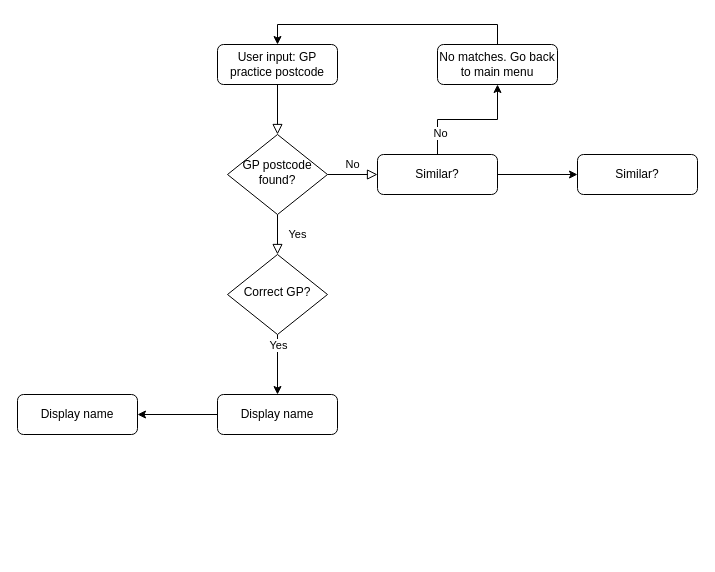
MichaelLeighton/SCHC-assignment keeps this draw.io diagram as SCHC program structure.drawio. Above is the earlier version. Source tidied: cells renumbered, new cells numbered last; positions are measured from the earlier drawing's top-left corner, leaving out a move shared by most shapes. Both pictures are drawn from the tidied source at 100%, with x=0, y=0 at pixel (17, 44).
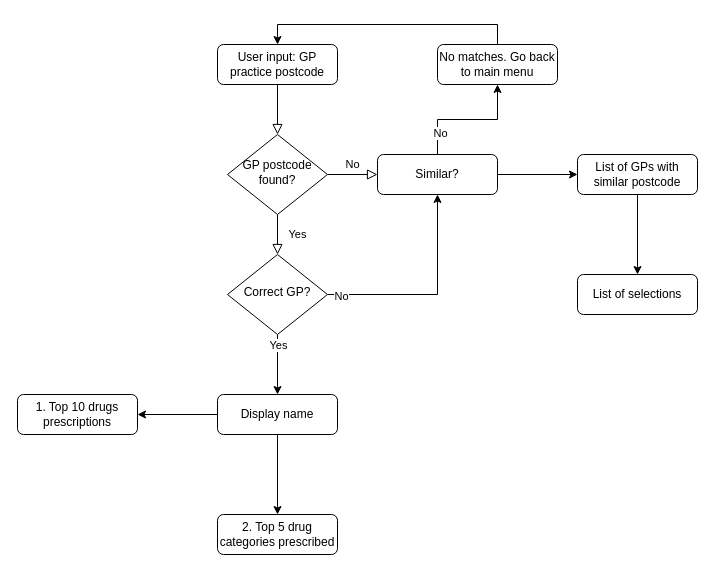
The same diagram, later.

Unchanged cells that the change refers to:
```xml
<mxCell id="10" value="Similar?" style="rounded=1;whiteSpace=wrap;html=1;fontSize=12;glass=0;strokeWidth=1;shadow=0;" parent="1" vertex="1">
  <mxGeometry x="360" y="110" width="120" height="40" as="geometry" />
</mxCell>
<mxCell id="13" value="Correct GP?" style="rhombus;whiteSpace=wrap;html=1;shadow=0;fontFamily=Helvetica;fontSize=12;align=center;strokeWidth=1;spacing=6;spacingTop=-4;" parent="1" vertex="1">
  <mxGeometry x="210" y="210" width="100" height="80" as="geometry" />
</mxCell>
<mxCell id="15" value="Display name" style="rounded=1;whiteSpace=wrap;html=1;fontSize=12;glass=0;strokeWidth=1;shadow=0;" parent="1" vertex="1">
  <mxGeometry x="200" y="350" width="120" height="40" as="geometry" />
</mxCell>
```

The edit, as a diff of the source:
```diff
@@
+    <mxCell id="20" style="edgeStyle=orthogonalEdgeStyle;rounded=0;jettySize=auto;html=1;exitX=1;exitY=0.5;exitDx=0;exitDy=0;entryX=0.5;entryY=1;entryDx=0;entryDy=0;" parent="1" edge="1" source="13" target="10">
+      <mxGeometry relative="1" as="geometry" />
+    </mxCell>
+    <mxCell id="21" value="No" style="edgeLabel;html=1;align=center;verticalAlign=middle;" parent="20" vertex="1">
+      <mxGeometry x="-0.88" y="-1" relative="1" as="geometry" />
+    </mxCell>
@@
+    <mxCell id="22" style="edgeStyle=orthogonalEdgeStyle;rounded=0;jettySize=auto;html=1;" parent="1" edge="1" source="15" target="24">
+      <mxGeometry relative="1" as="geometry" />
+    </mxCell>
@@
+    <mxCell id="23" style="edgeStyle=orthogonalEdgeStyle;rounded=0;jettySize=auto;html=1;" parent="1" edge="1" source="18" target="25">
+      <mxGeometry relative="1" as="geometry" />
+    </mxCell>
-    <mxCell id="18" value="Similar?" style="rounded=1;whiteSpace=wrap;html=1;fontSize=12;glass=0;strokeWidth=1;shadow=0;" parent="1" vertex="1">
+    <mxCell id="18" value="List of GPs with similar postcode" style="rounded=1;whiteSpace=wrap;html=1;fontSize=12;glass=0;strokeWidth=1;shadow=0;" parent="1" vertex="1">
       <mxGeometry x="560" y="110" width="120" height="40" as="geometry" />
     </mxCell>
-    <mxCell id="19" value="Display name" style="rounded=1;whiteSpace=wrap;html=1;fontSize=12;glass=0;strokeWidth=1;shadow=0;" parent="1" vertex="1">
+    <mxCell id="19" value="1. Top 10 drugs prescriptions" style="rounded=1;whiteSpace=wrap;html=1;fontSize=12;glass=0;strokeWidth=1;shadow=0;" parent="1" vertex="1">
       <mxGeometry y="350" width="120" height="40" as="geometry" />
     </mxCell>
+    <mxCell id="24" value="2. Top 5 drug categories prescribed" style="rounded=1;whiteSpace=wrap;html=1;fontSize=12;glass=0;strokeWidth=1;shadow=0;" parent="1" vertex="1">
+      <mxGeometry x="200" y="470" width="120" height="40" as="geometry" />
+    </mxCell>
+    <mxCell id="25" value="List of selections" style="rounded=1;whiteSpace=wrap;html=1;fontSize=12;glass=0;strokeWidth=1;shadow=0;" parent="1" vertex="1">
+      <mxGeometry x="560" y="230" width="120" height="40" as="geometry" />
+    </mxCell>
```
